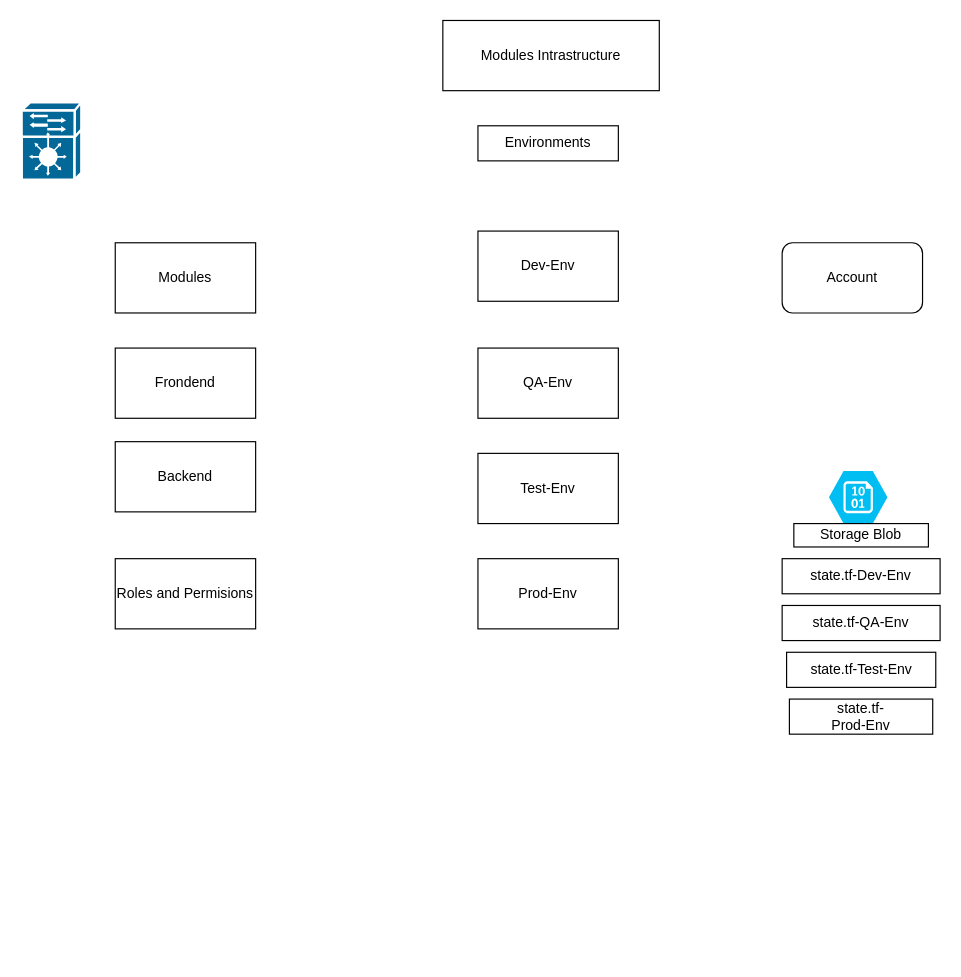
baskarguru22/awsproject keeps this draw.io diagram as project2.drawio. Above is the earlier version. Source tidied: cells renumbered, new cells numbered last; positions are measured from the earlier drawing's top-left corner, leaving out a move shared by most shapes. Both pictures are drawn from the tidied source at 117%, with x=0, y=0 at pixel (21, 20).
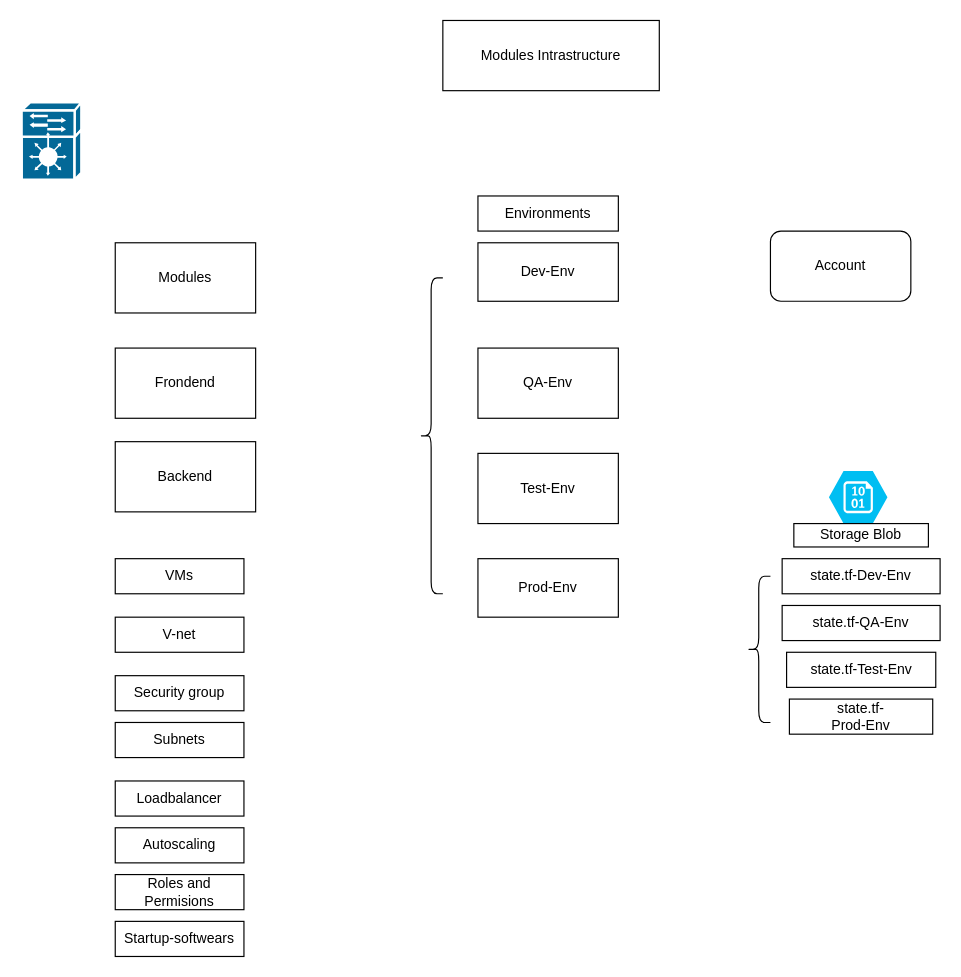
The same page after the edit.

Change to the diagram source:
```diff
@@
     <mxCell id="4" value="Dev-Env&lt;br&gt;" style="rounded=0;whiteSpace=wrap;html=1;" parent="1" vertex="1">
-      <mxGeometry x="390" y="180" width="120" height="60" as="geometry" />
+      <mxGeometry x="390" y="190" width="120" height="50" as="geometry" />
     </mxCell>
@@
     <mxCell id="7" value="Prod-Env" style="rounded=0;whiteSpace=wrap;html=1;" parent="1" vertex="1">
-      <mxGeometry x="390" y="460" width="120" height="60" as="geometry" />
+      <mxGeometry x="390" y="460" width="120" height="50" as="geometry" />
     </mxCell>
@@
-    <mxCell id="10" value="Roles and Permisions" style="rounded=0;whiteSpace=wrap;html=1;" parent="1" vertex="1">
-      <mxGeometry x="80" y="460" width="120" height="60" as="geometry" />
+    <mxCell id="10" value="V-net" style="rounded=0;whiteSpace=wrap;html=1;" parent="1" vertex="1">
+      <mxGeometry x="80" y="510" width="110" height="30" as="geometry" />
     </mxCell>
     <mxCell id="11" value="Environments" style="rounded=0;whiteSpace=wrap;html=1;" parent="1" vertex="1">
-      <mxGeometry x="390" y="90" width="120" height="30" as="geometry" />
+      <mxGeometry x="390" y="150" width="120" height="30" as="geometry" />
     </mxCell>
     <mxCell id="12" value="Account" style="rounded=1;whiteSpace=wrap;html=1;" parent="1" vertex="1">
-      <mxGeometry x="650" y="190" width="120" height="60" as="geometry" />
+      <mxGeometry x="640" y="180" width="120" height="60" as="geometry" />
     </mxCell>
@@
+    <mxCell id="20" value="Roles and Permisions" style="rounded=0;whiteSpace=wrap;html=1;" parent="1" vertex="1">
+      <mxGeometry x="80" y="730" width="110" height="30" as="geometry" />
+    </mxCell>
+    <mxCell id="21" value="Security group" style="rounded=0;whiteSpace=wrap;html=1;" parent="1" vertex="1">
+      <mxGeometry x="80" y="560" width="110" height="30" as="geometry" />
+    </mxCell>
+    <mxCell id="22" value="Startup-softwears" style="rounded=0;whiteSpace=wrap;html=1;" parent="1" vertex="1">
+      <mxGeometry x="80" y="770" width="110" height="30" as="geometry" />
+    </mxCell>
+    <mxCell id="23" value="VMs" style="rounded=0;whiteSpace=wrap;html=1;" parent="1" vertex="1">
+      <mxGeometry x="80" y="460" width="110" height="30" as="geometry" />
+    </mxCell>
+    <mxCell id="24" value="Loadbalancer" style="rounded=0;whiteSpace=wrap;html=1;" parent="1" vertex="1">
+      <mxGeometry x="80" y="650" width="110" height="30" as="geometry" />
+    </mxCell>
+    <mxCell id="25" value="Autoscaling" style="rounded=0;whiteSpace=wrap;html=1;" parent="1" vertex="1">
+      <mxGeometry x="80" y="690" width="110" height="30" as="geometry" />
+    </mxCell>
+    <mxCell id="26" style="shape=curlyBracket;whiteSpace=wrap;html=1;rounded=1;" parent="1" vertex="1">
+      <mxGeometry x="340" y="220" width="20" height="270" as="geometry" />
+    </mxCell>
+    <mxCell id="27" style="shape=curlyBracket;whiteSpace=wrap;html=1;rounded=1;" parent="1" vertex="1">
+      <mxGeometry x="620" y="475" width="20" height="125" as="geometry" />
+    </mxCell>
+    <mxCell id="28" value="Subnets" style="rounded=0;whiteSpace=wrap;html=1;" parent="1" vertex="1">
+      <mxGeometry x="80" y="600" width="110" height="30" as="geometry" />
+    </mxCell>
```
